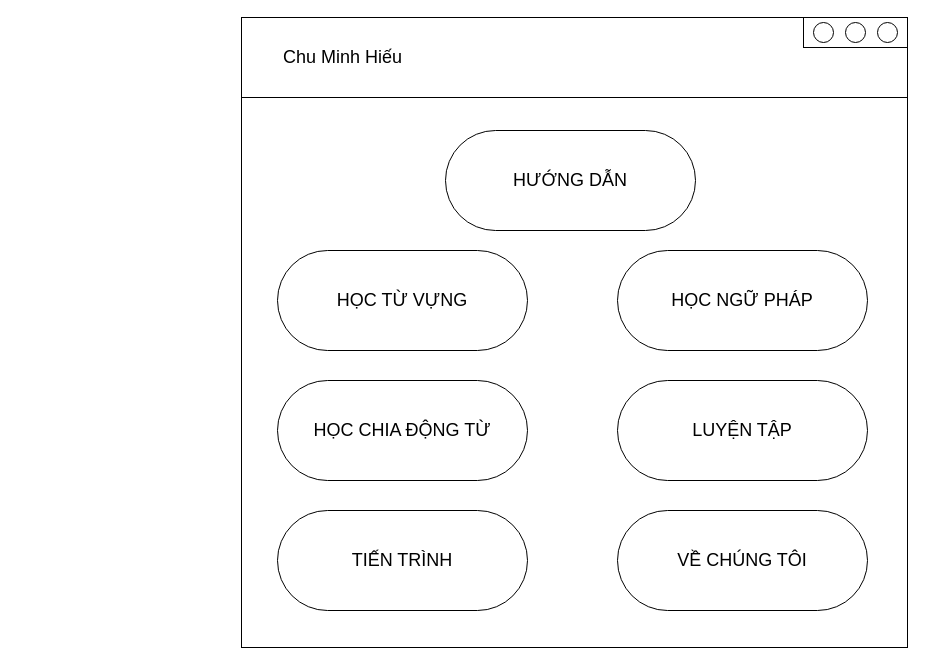
Earlier version of the draw.io diagram page "Giao diện chung" (4 of 9) of GUI.drawio (Tran-Long-Vu/AppVocabFR). Source tidied: cells renumbered, new cells numbered last; positions are measured from the earlier drawing's top-left corner, leaving out a move shared by most shapes. Both pictures are drawn from the tidied source at 100%, with x=0, y=0 at pixel (241, 17).
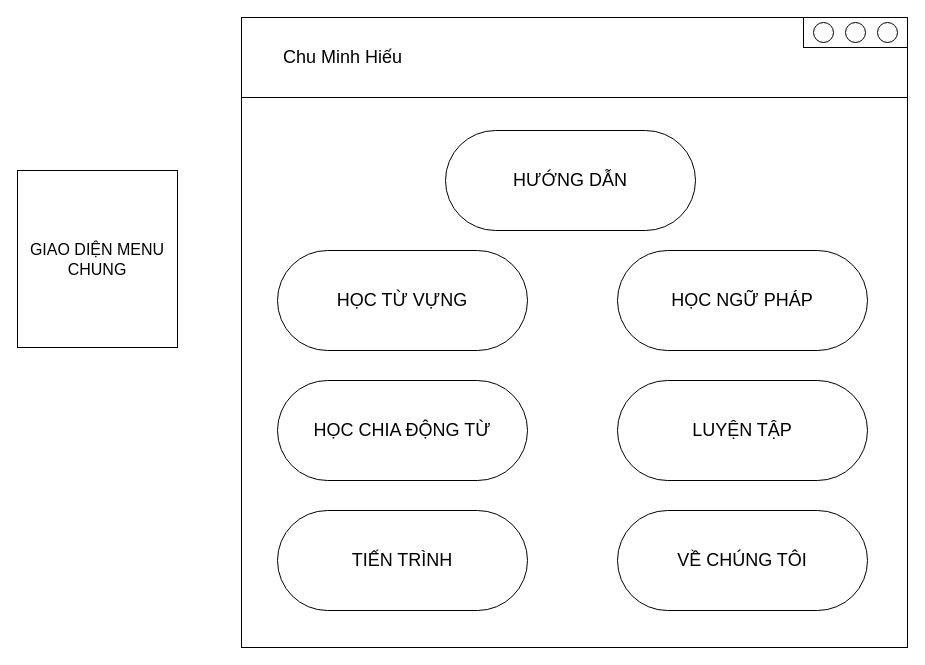
The same diagram, later.

The edit, as a diff of the source:
```diff
@@
 <mxGraphModel>
   <root>
     <mxCell id="0" />
     <mxCell id="1" parent="0" />
     <mxCell id="2" style="rounded=0;whiteSpace=wrap;html=1;" parent="1" vertex="1">
       <mxGeometry width="666" height="630" as="geometry" />
     </mxCell>
     <mxCell id="3" value="&lt;font style=&quot;font-size: 18px;&quot;&gt;&lt;span style=&quot;white-space: pre;&quot;&gt;&#9;&lt;/span&gt;Chu Minh Hiếu&lt;/font&gt;" style="rounded=0;whiteSpace=wrap;html=1;align=left;" parent="1" vertex="1">
       <mxGeometry width="666" height="80" as="geometry" />
     </mxCell>
     <mxCell id="4" value="HƯỚNG DẪN" style="rounded=1;whiteSpace=wrap;html=1;arcSize=50;fontSize=18;" parent="1" vertex="1">
       <mxGeometry x="204" y="113" width="250" height="100" as="geometry" />
     </mxCell>
     <mxCell id="5" value="HỌC TỪ VỰNG" style="rounded=1;whiteSpace=wrap;html=1;arcSize=50;fontSize=18;" parent="1" vertex="1">
       <mxGeometry x="36" y="233" width="250" height="100" as="geometry" />
     </mxCell>
     <mxCell id="6" value="HỌC NGỮ PHÁP" style="rounded=1;whiteSpace=wrap;html=1;arcSize=50;fontSize=18;" parent="1" vertex="1">
       <mxGeometry x="376" y="233" width="250" height="100" as="geometry" />
     </mxCell>
     <mxCell id="7" value="HỌC CHIA ĐỘNG TỪ" style="rounded=1;whiteSpace=wrap;html=1;arcSize=50;fontSize=18;" parent="1" vertex="1">
       <mxGeometry x="36" y="363" width="250" height="100" as="geometry" />
     </mxCell>
     <mxCell id="8" value="LUYỆN TẬP" style="rounded=1;whiteSpace=wrap;html=1;arcSize=50;fontSize=18;" parent="1" vertex="1">
       <mxGeometry x="376" y="363" width="250" height="100" as="geometry" />
     </mxCell>
     <mxCell id="9" value="TIẾN TRÌNH" style="rounded=1;whiteSpace=wrap;html=1;arcSize=50;fontSize=18;" parent="1" vertex="1">
       <mxGeometry x="36" y="493" width="250" height="100" as="geometry" />
     </mxCell>
     <mxCell id="10" value="VỀ CHÚNG TÔI" style="rounded=1;whiteSpace=wrap;html=1;arcSize=50;fontSize=18;" parent="1" vertex="1">
       <mxGeometry x="376" y="493" width="250" height="100" as="geometry" />
     </mxCell>
     <mxCell id="11" style="group;" parent="1" vertex="1">
       <mxGeometry x="562" width="104" height="30" as="geometry" />
     </mxCell>
     <mxCell id="12" style="group;" parent="11" vertex="1">
       <mxGeometry width="104" height="30" as="geometry" />
     </mxCell>
     <mxCell id="13" style="rounded=0;whiteSpace=wrap;html=1;" parent="12" vertex="1">
       <mxGeometry width="104" height="30" as="geometry" />
     </mxCell>
     <mxCell id="14" style="ellipse;whiteSpace=wrap;html=1;" parent="12" vertex="1">
       <mxGeometry x="10" y="5" width="20" height="20" as="geometry" />
     </mxCell>
     <mxCell id="15" style="ellipse;whiteSpace=wrap;html=1;" parent="12" vertex="1">
       <mxGeometry x="42" y="5" width="20" height="20" as="geometry" />
     </mxCell>
     <mxCell id="16" style="ellipse;whiteSpace=wrap;html=1;" parent="12" vertex="1">
       <mxGeometry x="74" y="5" width="20" height="20" as="geometry" />
     </mxCell>
+    <mxCell id="17" value="GIAO DIỆN MENU CHUNG" style="rounded=0;whiteSpace=wrap;html=1;fontSize=16;" parent="1" vertex="1">
+      <mxGeometry x="-224" y="153" width="160" height="177" as="geometry" />
+    </mxCell>
   </root>
 </mxGraphModel>
```
